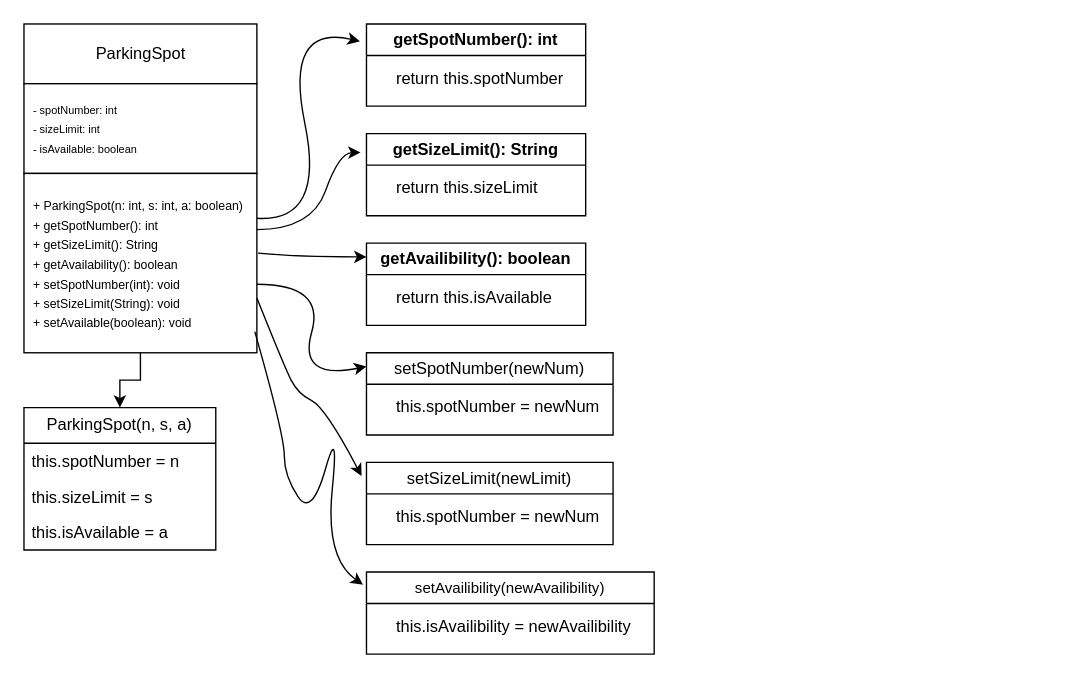
bobur-yusupov/university-courses-notes-practices keeps this draw.io diagram as oop1/small-assignment.drawio. Above is the earlier version. Source tidied: cells renumbered, new cells numbered last; positions are measured from the earlier drawing's top-left corner, leaving out a move shared by most shapes. Both pictures are drawn from the tidied source at 137%, with x=0, y=0 at pixel (23, 23).
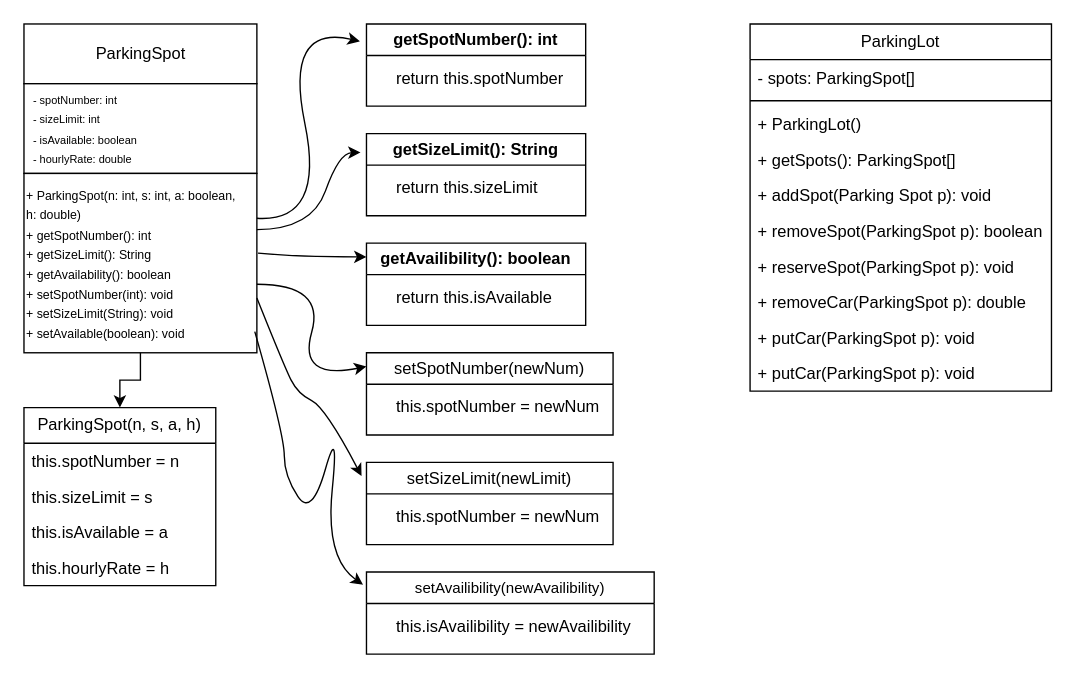
The same page after the edit.

The change refers to these unchanged cells:
```xml
<mxCell id="2" style="group;" parent="1" vertex="1">
  <mxGeometry x="10" width="160" height="240" as="geometry" />
</mxCell>
```

Change to the diagram source:
```diff
@@
-    <mxCell id="7" value="&lt;font style=&quot;font-size: 8px;&quot;&gt;- spotNumber: int&lt;/font&gt;&lt;div&gt;&lt;font style=&quot;font-size: 8px;&quot;&gt;- sizeLimit: int&lt;/font&gt;&lt;/div&gt;&lt;div&gt;&lt;font style=&quot;font-size: 8px;&quot;&gt;- isAvailable: boolean&lt;/font&gt;&lt;/div&gt;" style="text;html=1;align=left;verticalAlign=middle;whiteSpace=wrap;rounded=0;" parent="2" vertex="1">
-      <mxGeometry x="-5" y="54.5" width="133.3" height="43.6" as="geometry" />
+    <mxCell id="7" value="&lt;font style=&quot;font-size: 8px;&quot;&gt;- spotNumber: int&lt;/font&gt;&lt;div&gt;&lt;font style=&quot;font-size: 8px;&quot;&gt;- sizeLimit: int&lt;/font&gt;&lt;/div&gt;&lt;div&gt;&lt;font style=&quot;font-size: 8px;&quot;&gt;- isAvailable: boolean&lt;/font&gt;&lt;/div&gt;&lt;div&gt;&lt;font style=&quot;font-size: 8px;&quot;&gt;- hourlyRate: double&lt;/font&gt;&lt;/div&gt;" style="text;html=1;align=left;verticalAlign=middle;whiteSpace=wrap;rounded=0;" parent="2" vertex="1">
+      <mxGeometry x="-5" y="48.6" width="133.3" height="55.5" as="geometry" />
     </mxCell>
@@
-    <mxCell id="9" value="&lt;div&gt;&lt;font style=&quot;font-size: 9px;&quot;&gt;+ ParkingSpot(n: int, s: int, a: boolean)&lt;/font&gt;&lt;/div&gt;&lt;div&gt;&lt;font style=&quot;font-size: 9px;&quot;&gt;+ getSpotNumber(): int&amp;nbsp; &amp;nbsp; &amp;nbsp; &amp;nbsp; &amp;nbsp;&lt;/font&gt;&lt;/div&gt;&lt;div&gt;&lt;font style=&quot;font-size: 9px;&quot;&gt;+ getSizeLimit(): String&amp;nbsp; &amp;nbsp; &amp;nbsp; &amp;nbsp;&lt;/font&gt;&lt;/div&gt;&lt;div&gt;&lt;font style=&quot;font-size: 9px;&quot;&gt;+ getAvailability(): boolean&amp;nbsp; &amp;nbsp; &amp;nbsp; &amp;nbsp;&lt;/font&gt;&lt;/div&gt;&lt;div&gt;&lt;font style=&quot;font-size: 9px;&quot;&gt;+ setSpotNumber(int): void&amp;nbsp; &amp;nbsp; &amp;nbsp;&lt;/font&gt;&lt;/div&gt;&lt;div&gt;&lt;font style=&quot;font-size: 9px;&quot;&gt;+ setSizeLimit(String): void&lt;/font&gt;&lt;/div&gt;&lt;div&gt;&lt;font style=&quot;font-size: 9px;&quot;&gt;+ setAvailable(boolean): void&lt;/font&gt;&lt;/div&gt;" style="text;html=1;align=left;verticalAlign=middle;whiteSpace=wrap;rounded=0;" parent="2" vertex="1">
-      <mxGeometry x="-5" y="120" width="160" height="109.1" as="geometry" />
+    <mxCell id="9" value="&lt;div&gt;&lt;font style=&quot;font-size: 9px;&quot;&gt;+ ParkingSpot(n: int, s: int, a: boolean, h: double)&lt;/font&gt;&lt;/div&gt;&lt;div&gt;&lt;font style=&quot;font-size: 9px;&quot;&gt;+ getSpotNumber(): int&amp;nbsp; &amp;nbsp; &amp;nbsp; &amp;nbsp; &amp;nbsp;&lt;/font&gt;&lt;/div&gt;&lt;div&gt;&lt;font style=&quot;font-size: 9px;&quot;&gt;+ getSizeLimit(): String&amp;nbsp; &amp;nbsp; &amp;nbsp; &amp;nbsp;&lt;/font&gt;&lt;/div&gt;&lt;div&gt;&lt;font style=&quot;font-size: 9px;&quot;&gt;+ getAvailability(): boolean&amp;nbsp; &amp;nbsp; &amp;nbsp; &amp;nbsp;&lt;/font&gt;&lt;/div&gt;&lt;div&gt;&lt;font style=&quot;font-size: 9px;&quot;&gt;+ setSpotNumber(int): void&amp;nbsp; &amp;nbsp; &amp;nbsp;&lt;/font&gt;&lt;/div&gt;&lt;div&gt;&lt;font style=&quot;font-size: 9px;&quot;&gt;+ setSizeLimit(String): void&lt;/font&gt;&lt;/div&gt;&lt;div&gt;&lt;font style=&quot;font-size: 9px;&quot;&gt;+ setAvailable(boolean): void&lt;/font&gt;&lt;/div&gt;" style="text;html=1;align=left;verticalAlign=middle;whiteSpace=wrap;rounded=0;" parent="2" vertex="1">
+      <mxGeometry x="-10" y="120" width="164.2" height="109.1" as="geometry" />
     </mxCell>
@@
-    <mxCell id="28" value="ParkingSpot(n, s, a)" style="swimlane;fontStyle=0;horizontal=1;startSize=26;fillColor=none;whiteSpace=wrap;html=1;" parent="1" vertex="1">
-      <mxGeometry y="280" width="140" height="104" as="geometry" />
+    <mxCell id="28" value="ParkingSpot(n, s, a, h)" style="swimlane;fontStyle=0;horizontal=1;startSize=26;fillColor=none;whiteSpace=wrap;html=1;" parent="1" vertex="1">
+      <mxGeometry y="280" width="140" height="130" as="geometry" />
     </mxCell>
@@
     <mxCell id="31" value="this.isAvailable = a" style="text;strokeColor=none;fillColor=none;align=left;verticalAlign=top;spacingLeft=4;spacingRight=4;overflow=hidden;whiteSpace=wrap;html=1;" parent="28" vertex="1">
-      <mxGeometry y="78" width="140" height="26" as="geometry" />
+      <mxGeometry y="78" width="140" height="52" as="geometry" />
     </mxCell>
@@
+    <mxCell id="33" value="ParkingLot" style="swimlane;fontStyle=0;horizontal=1;startSize=26;fillColor=none;whiteSpace=wrap;html=1;" parent="1" vertex="1">
+      <mxGeometry x="530" width="220" height="268" as="geometry" />
+    </mxCell>
+    <mxCell id="34" value="- spots: ParkingSpot[]" style="text;strokeColor=none;fillColor=none;align=left;verticalAlign=top;spacingLeft=4;spacingRight=4;overflow=hidden;whiteSpace=wrap;html=1;" parent="33" vertex="1">
+      <mxGeometry y="26" width="220" height="26" as="geometry" />
+    </mxCell>
+    <mxCell id="35" style="line;strokeWidth=1;fillColor=none;align=left;verticalAlign=middle;spacingTop=-1;spacingLeft=3;spacingRight=3;labelPosition=right;strokeColor=inherit;" parent="33" vertex="1">
+      <mxGeometry y="52" width="220" height="8" as="geometry" />
+    </mxCell>
+    <mxCell id="36" value="+ ParkingLot()" style="text;strokeColor=none;fillColor=none;align=left;verticalAlign=top;spacingLeft=4;spacingRight=4;overflow=hidden;whiteSpace=wrap;html=1;" parent="33" vertex="1">
+      <mxGeometry y="60" width="220" height="26" as="geometry" />
+    </mxCell>
+    <mxCell id="37" value="+ getSpots(): ParkingSpot[]" style="text;strokeColor=none;fillColor=none;align=left;verticalAlign=top;spacingLeft=4;spacingRight=4;overflow=hidden;whiteSpace=wrap;html=1;" parent="33" vertex="1">
+      <mxGeometry y="86" width="220" height="26" as="geometry" />
+    </mxCell>
+    <mxCell id="38" value="+ addSpot(Parking Spot p): void" style="text;strokeColor=none;fillColor=none;align=left;verticalAlign=top;spacingLeft=4;spacingRight=4;overflow=hidden;whiteSpace=wrap;html=1;" parent="33" vertex="1">
+      <mxGeometry y="112" width="220" height="26" as="geometry" />
+    </mxCell>
+    <mxCell id="39" value="+ removeSpot(ParkingSpot p): boolean" style="text;strokeColor=none;fillColor=none;align=left;verticalAlign=top;spacingLeft=4;spacingRight=4;overflow=hidden;whiteSpace=wrap;html=1;" parent="33" vertex="1">
+      <mxGeometry y="138" width="220" height="26" as="geometry" />
+    </mxCell>
+    <mxCell id="40" value="+ reserveSpot(ParkingSpot p): void" style="text;strokeColor=none;fillColor=none;align=left;verticalAlign=top;spacingLeft=4;spacingRight=4;overflow=hidden;whiteSpace=wrap;html=1;" parent="33" vertex="1">
+      <mxGeometry y="164" width="220" height="26" as="geometry" />
+    </mxCell>
+    <mxCell id="41" value="+ removeCar(ParkingSpot p): double" style="text;strokeColor=none;fillColor=none;align=left;verticalAlign=top;spacingLeft=4;spacingRight=4;overflow=hidden;whiteSpace=wrap;html=1;" parent="33" vertex="1">
+      <mxGeometry y="190" width="220" height="26" as="geometry" />
+    </mxCell>
+    <mxCell id="42" value="+ putCar(ParkingSpot p): void" style="text;strokeColor=none;fillColor=none;align=left;verticalAlign=top;spacingLeft=4;spacingRight=4;overflow=hidden;whiteSpace=wrap;html=1;" parent="33" vertex="1">
+      <mxGeometry y="216" width="220" height="26" as="geometry" />
+    </mxCell>
+    <mxCell id="43" value="+ putCar(ParkingSpot p): void" style="text;strokeColor=none;fillColor=none;align=left;verticalAlign=top;spacingLeft=4;spacingRight=4;overflow=hidden;whiteSpace=wrap;html=1;" parent="33" vertex="1">
+      <mxGeometry y="242" width="220" height="26" as="geometry" />
+    </mxCell>
+    <mxCell id="44" value="this.hourlyRate = h" style="text;strokeColor=none;fillColor=none;align=left;verticalAlign=top;spacingLeft=4;spacingRight=4;overflow=hidden;whiteSpace=wrap;html=1;" parent="1" vertex="1">
+      <mxGeometry y="384" width="140" height="26" as="geometry" />
+    </mxCell>
```
